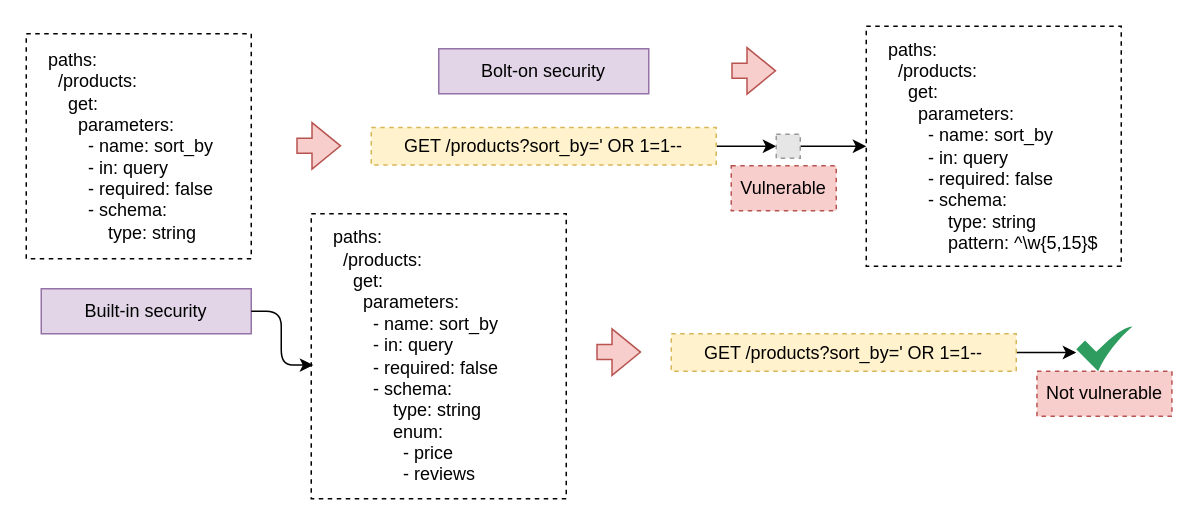
Above: page "3.3" (3 of 6) of ch03.drawio in abunuwas/api-sec-book-imgs (draw.io), before the change. Source tidied: cells renumbered, new cells numbered last; positions are measured from the earlier drawing's top-left corner, leaving out a move shared by most shapes. Both pictures are drawn from the tidied source at 150%, with x=0, y=0 at pixel (26, 26). Pictures stored in the file or linked from it are replaced by grey dashed boxes.
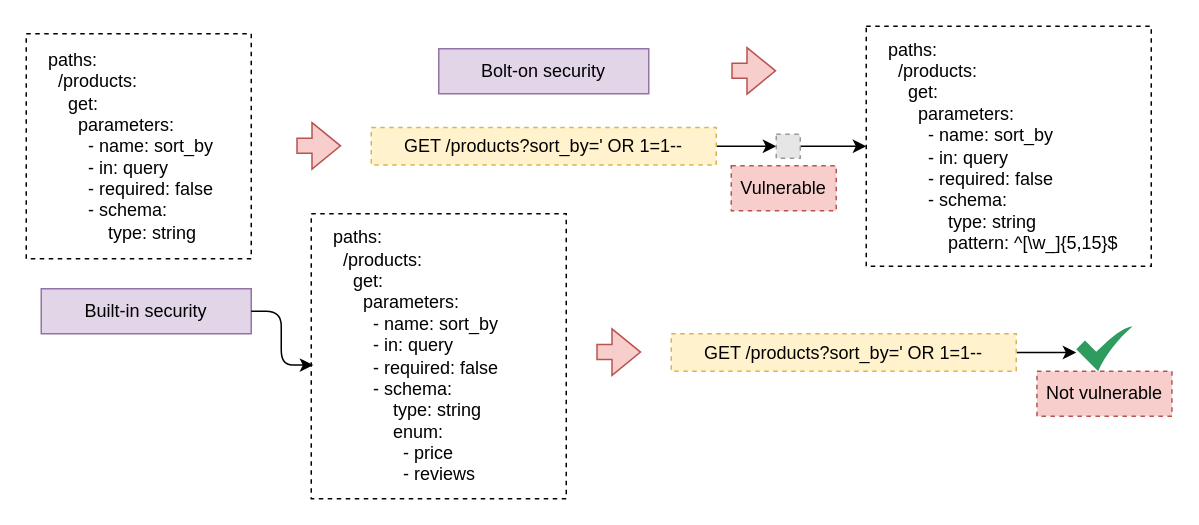
The same diagram, later.

Diff of the diagram source:
```diff
@@
-    <mxCell id="10" value="&lt;div&gt;paths:&lt;/div&gt;&lt;div&gt;&amp;nbsp; /products:&lt;/div&gt;&lt;div&gt;&amp;nbsp; &amp;nbsp; get:&lt;/div&gt;&lt;div&gt;&amp;nbsp; &amp;nbsp; &amp;nbsp; parameters:&lt;/div&gt;&lt;div&gt;&amp;nbsp; &amp;nbsp; &amp;nbsp; &amp;nbsp; - name: sort_by&lt;/div&gt;&lt;div&gt;&amp;nbsp; &amp;nbsp; &amp;nbsp; &amp;nbsp; - in: query&lt;/div&gt;&lt;div&gt;&amp;nbsp; &amp;nbsp; &amp;nbsp; &amp;nbsp; - required: false&lt;/div&gt;&lt;div&gt;&amp;nbsp; &amp;nbsp; &amp;nbsp; &amp;nbsp; - schema:&lt;/div&gt;&lt;div&gt;&amp;nbsp; &amp;nbsp; &amp;nbsp; &amp;nbsp; &amp;nbsp; &amp;nbsp; type: string&lt;/div&gt;&lt;div&gt;&amp;nbsp; &amp;nbsp; &amp;nbsp; &amp;nbsp; &amp;nbsp; &amp;nbsp; pattern: ^\w{5,15}$&lt;/div&gt;" style="text;html=1;align=left;verticalAlign=middle;whiteSpace=wrap;rounded=0;spacingTop=0;spacing=15;strokeColor=default;dashed=1;" parent="1" vertex="1">
-      <mxGeometry x="560" width="170" height="160" as="geometry" />
+    <mxCell id="10" value="&lt;div&gt;paths:&lt;/div&gt;&lt;div&gt;&amp;nbsp; /products:&lt;/div&gt;&lt;div&gt;&amp;nbsp; &amp;nbsp; get:&lt;/div&gt;&lt;div&gt;&amp;nbsp; &amp;nbsp; &amp;nbsp; parameters:&lt;/div&gt;&lt;div&gt;&amp;nbsp; &amp;nbsp; &amp;nbsp; &amp;nbsp; - name: sort_by&lt;/div&gt;&lt;div&gt;&amp;nbsp; &amp;nbsp; &amp;nbsp; &amp;nbsp; - in: query&lt;/div&gt;&lt;div&gt;&amp;nbsp; &amp;nbsp; &amp;nbsp; &amp;nbsp; - required: false&lt;/div&gt;&lt;div&gt;&amp;nbsp; &amp;nbsp; &amp;nbsp; &amp;nbsp; - schema:&lt;/div&gt;&lt;div&gt;&amp;nbsp; &amp;nbsp; &amp;nbsp; &amp;nbsp; &amp;nbsp; &amp;nbsp; type: string&lt;/div&gt;&lt;div&gt;&amp;nbsp; &amp;nbsp; &amp;nbsp; &amp;nbsp; &amp;nbsp; &amp;nbsp; pattern: ^[\w_]{5,15}$&lt;/div&gt;" style="text;html=1;align=left;verticalAlign=middle;whiteSpace=wrap;rounded=0;spacingTop=0;spacing=15;strokeColor=default;dashed=1;" parent="1" vertex="1">
+      <mxGeometry x="560" width="190" height="160" as="geometry" />
     </mxCell>
```
